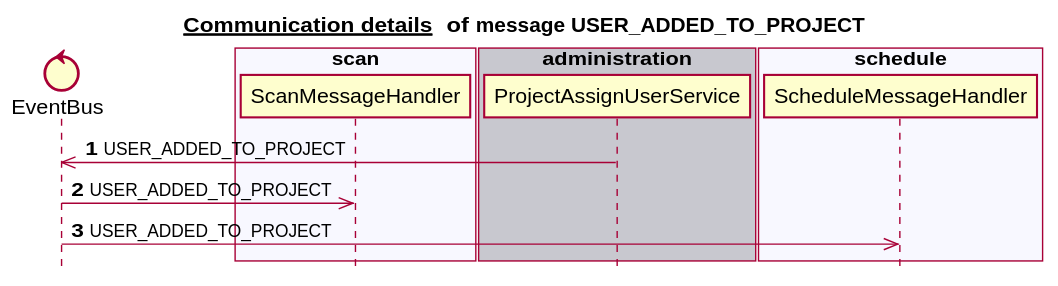
Earlier version of the PlantUML export docs/latest/images/gen_domain_messaging_user_added_to_project.svg (mercedes-benz/sechub). Source of this version:
```plantuml
@startuml


title __Communication details __ of **message USER_ADDED_TO_PROJECT**
skinparam style strictuml


control EventBus
box "authorization" #C8C8CF
end box
box "scan" #F8F8FF
   participant ScanMessageHandler
end box
box "administration" #C8C8CF
   participant ProjectAssignUserService
end box
box "schedule" #F8F8FF
   participant ScheduleMessageHandler
end box
box "notification" #C8C8CF
end box
autonumber 1
ProjectAssignUserService ->> EventBus:USER_ADDED_TO_PROJECT
EventBus ->> ScanMessageHandler:USER_ADDED_TO_PROJECT
EventBus ->> ScheduleMessageHandler:USER_ADDED_TO_PROJECT
autonumber stop


@enduml
```
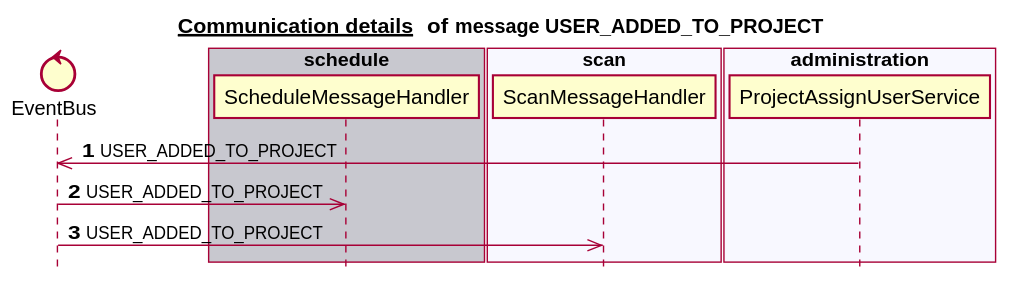
The same file after the commit.

What changed in the source:
```diff
@@ -6,23 +6,23 @@
 
 
 control EventBus
-box "authorization" #C8C8CF
+box "schedule" #C8C8CF
+   participant ScheduleMessageHandler
 end box
 box "scan" #F8F8FF
    participant ScanMessageHandler
 end box
-box "administration" #C8C8CF
+box "notification" #C8C8CF
+end box
+box "administration" #F8F8FF
    participant ProjectAssignUserService
 end box
-box "schedule" #F8F8FF
-   participant ScheduleMessageHandler
-end box
-box "notification" #C8C8CF
+box "authorization" #C8C8CF
 end box
 autonumber 1
 ProjectAssignUserService ->> EventBus:USER_ADDED_TO_PROJECT
+EventBus ->> ScheduleMessageHandler:USER_ADDED_TO_PROJECT
 EventBus ->> ScanMessageHandler:USER_ADDED_TO_PROJECT
-EventBus ->> ScheduleMessageHandler:USER_ADDED_TO_PROJECT
 autonumber stop
 
 
```
